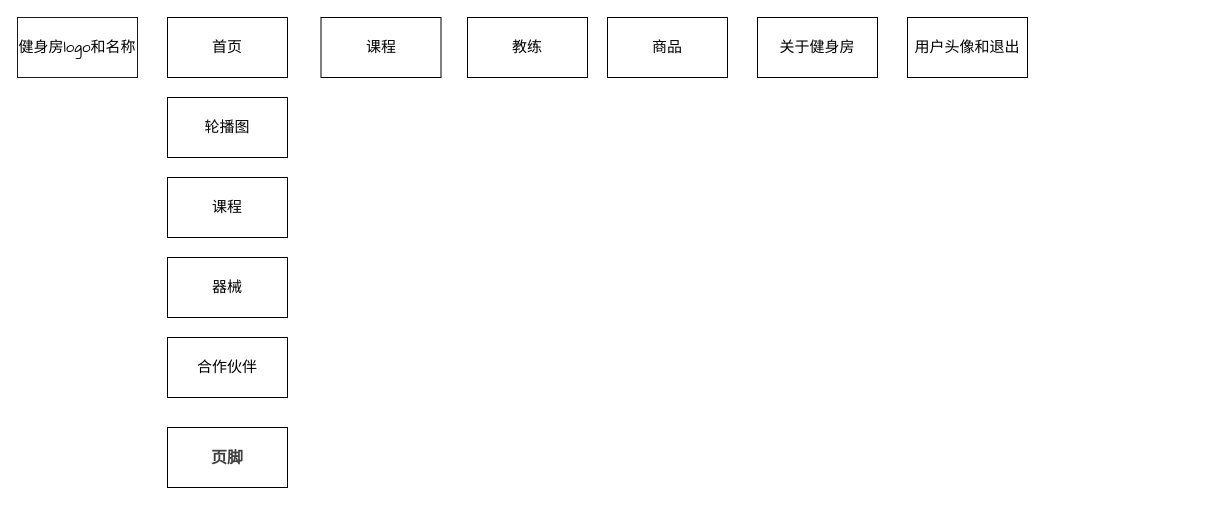
Above: 健身房管理会员界面.drawio in xljya/image (draw.io), before the change. Source tidied: cells renumbered, new cells numbered last; positions are measured from the earlier drawing's top-left corner, leaving out a move shared by most shapes. Both pictures are drawn from the tidied source at 100%, with x=0, y=0 at pixel (17, 17).
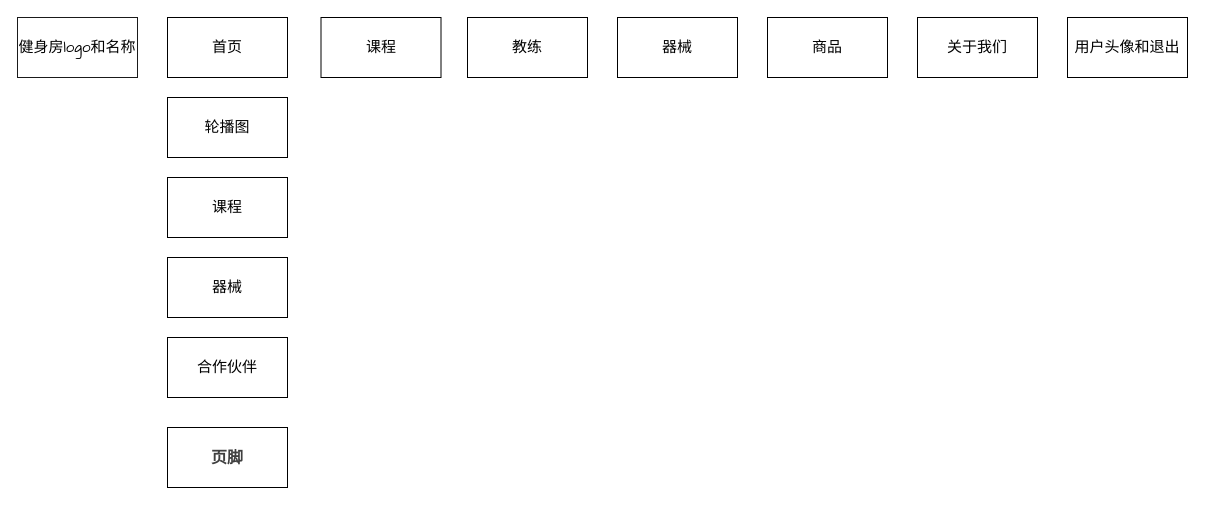
The same page after the edit.

Commit message:
更新健身房管理会员界面.drawio

The edit, as a diff of the source:
```diff
@@
 <mxGraphModel>
   <root>
     <mxCell id="0" />
     <mxCell id="1" parent="0" />
     <mxCell id="2" value="&lt;font style=&quot;font-size: 15px;&quot; face=&quot;Comic Sans MS&quot;&gt;健身房logo和名称&lt;/font&gt;" style="rounded=0;whiteSpace=wrap;html=1;fillColor=#FFFFFF;strokeColor=#1A1A1A;" parent="1" vertex="1">
       <mxGeometry width="120" height="60" as="geometry" />
     </mxCell>
     <mxCell id="3" value="&lt;font style=&quot;font-size: 15px;&quot; face=&quot;Comic Sans MS&quot;&gt;首页&lt;/font&gt;" style="rounded=0;whiteSpace=wrap;html=1;" parent="1" vertex="1">
       <mxGeometry x="150" width="120" height="60" as="geometry" />
     </mxCell>
     <mxCell id="4" value="&lt;font style=&quot;font-size: 15px;&quot; face=&quot;Comic Sans MS&quot;&gt;教练&lt;/font&gt;" style="rounded=0;whiteSpace=wrap;html=1;" parent="1" vertex="1">
       <mxGeometry x="450" width="120" height="60" as="geometry" />
     </mxCell>
     <mxCell id="5" value="&lt;font style=&quot;font-size: 15px;&quot; face=&quot;Comic Sans MS&quot;&gt;商品&lt;/font&gt;" style="rounded=0;whiteSpace=wrap;html=1;" parent="1" vertex="1">
-      <mxGeometry x="590" width="120" height="60" as="geometry" />
+      <mxGeometry x="750" width="120" height="60" as="geometry" />
     </mxCell>
     <mxCell id="6" value="&lt;font face=&quot;Comic Sans MS&quot;&gt;&lt;span style=&quot;font-size: 15px;&quot;&gt;课程&lt;/span&gt;&lt;/font&gt;" style="rounded=0;whiteSpace=wrap;html=1;" parent="1" vertex="1">
       <mxGeometry x="303.5" width="120" height="60" as="geometry" />
     </mxCell>
     <mxCell id="7" value="&lt;font style=&quot;font-size: 15px;&quot; face=&quot;Comic Sans MS&quot;&gt;用户头像和退出&lt;/font&gt;" style="rounded=0;whiteSpace=wrap;html=1;" parent="1" vertex="1">
-      <mxGeometry x="890" width="120" height="60" as="geometry" />
+      <mxGeometry x="1050" width="120" height="60" as="geometry" />
     </mxCell>
-    <mxCell id="8" value="&lt;font style=&quot;font-size: 15px;&quot; face=&quot;Comic Sans MS&quot;&gt;关于健身房&lt;/font&gt;" style="rounded=0;whiteSpace=wrap;html=1;fillColor=#FFFFFF;" parent="1" vertex="1">
-      <mxGeometry x="740" width="120" height="60" as="geometry" />
+    <mxCell id="8" value="&lt;font style=&quot;font-size: 15px;&quot; face=&quot;Comic Sans MS&quot;&gt;关于我们&lt;/font&gt;" style="rounded=0;whiteSpace=wrap;html=1;fillColor=#FFFFFF;" parent="1" vertex="1">
+      <mxGeometry x="900" width="120" height="60" as="geometry" />
     </mxCell>
     <mxCell id="9" value="&lt;font style=&quot;font-size: 15px;&quot; face=&quot;Comic Sans MS&quot;&gt;轮播图&lt;/font&gt;" style="rounded=0;whiteSpace=wrap;html=1;" parent="1" vertex="1">
       <mxGeometry x="150" y="80" width="120" height="60" as="geometry" />
     </mxCell>
     <mxCell id="10" value="&lt;font style=&quot;font-size: 15px;&quot; face=&quot;Comic Sans MS&quot;&gt;合作伙伴&lt;/font&gt;" style="rounded=0;whiteSpace=wrap;html=1;" parent="1" vertex="1">
       <mxGeometry x="150" y="320" width="120" height="60" as="geometry" />
     </mxCell>
     <mxCell id="11" value="&lt;font face=&quot;Comic Sans MS&quot;&gt;&lt;span style=&quot;font-size: 15px;&quot;&gt;课程&lt;/span&gt;&lt;/font&gt;" style="rounded=0;whiteSpace=wrap;html=1;" parent="1" vertex="1">
       <mxGeometry x="150" y="160" width="120" height="60" as="geometry" />
     </mxCell>
     <mxCell id="12" value="&lt;strong style=&quot;color: rgb(64, 64, 64); font-family: DeepSeek-CJK-patch, Inter, system-ui, -apple-system, BlinkMacSystemFont, &amp;quot;Segoe UI&amp;quot;, Roboto, &amp;quot;Noto Sans&amp;quot;, Ubuntu, Cantarell, &amp;quot;Helvetica Neue&amp;quot;, Oxygen, &amp;quot;Open Sans&amp;quot;, sans-serif; font-size: 16.002px; text-align: start; background-color: rgb(255, 255, 255);&quot;&gt;页脚&lt;/strong&gt;" style="rounded=0;whiteSpace=wrap;html=1;" parent="1" vertex="1">
       <mxGeometry x="150" y="410" width="120" height="60" as="geometry" />
     </mxCell>
     <mxCell id="13" value="&lt;font style=&quot;font-size: 15px;&quot; face=&quot;Comic Sans MS&quot;&gt;器械&lt;/font&gt;" style="rounded=0;whiteSpace=wrap;html=1;" parent="1" vertex="1">
       <mxGeometry x="150" y="240" width="120" height="60" as="geometry" />
     </mxCell>
+    <mxCell id="14" value="&lt;font style=&quot;font-size: 15px;&quot; face=&quot;Comic Sans MS&quot;&gt;器械&lt;/font&gt;" style="rounded=0;whiteSpace=wrap;html=1;" parent="1" vertex="1">
+      <mxGeometry x="600" width="120" height="60" as="geometry" />
+    </mxCell>
   </root>
 </mxGraphModel>
```
